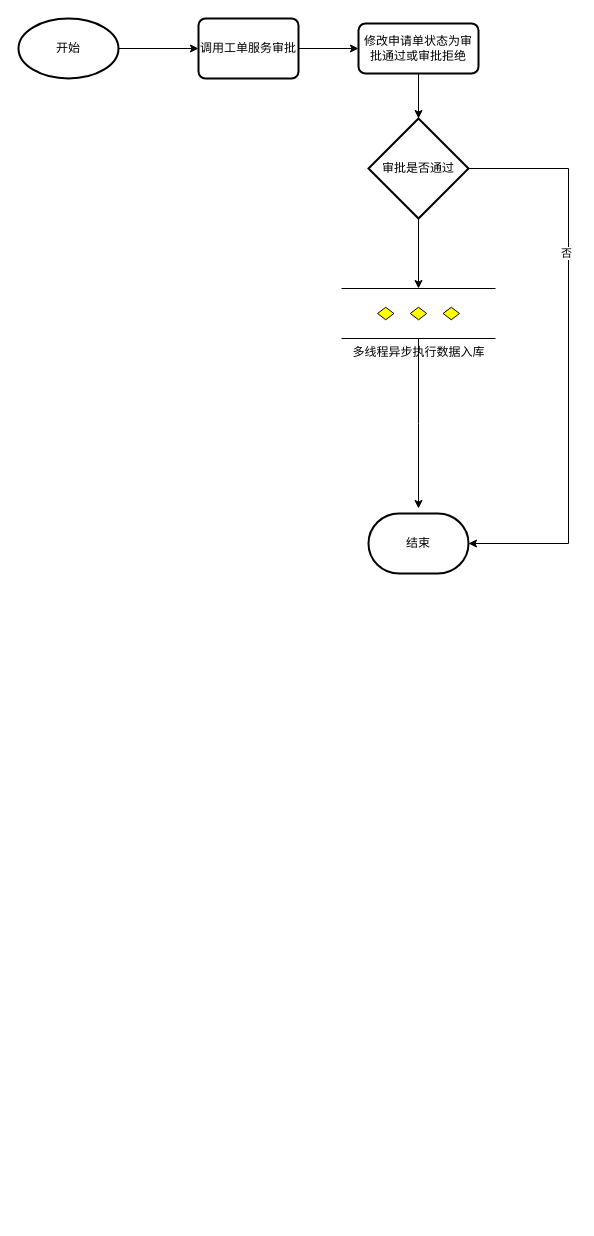
Above: 数据填报-填报审批.drawio in weiqingping/dw (draw.io), before the change. Source tidied: cells renumbered, new cells numbered last; positions are measured from the earlier drawing's top-left corner, leaving out a move shared by most shapes. Both pictures are drawn from the tidied source at 100%, with x=0, y=0 at pixel (18, 18).
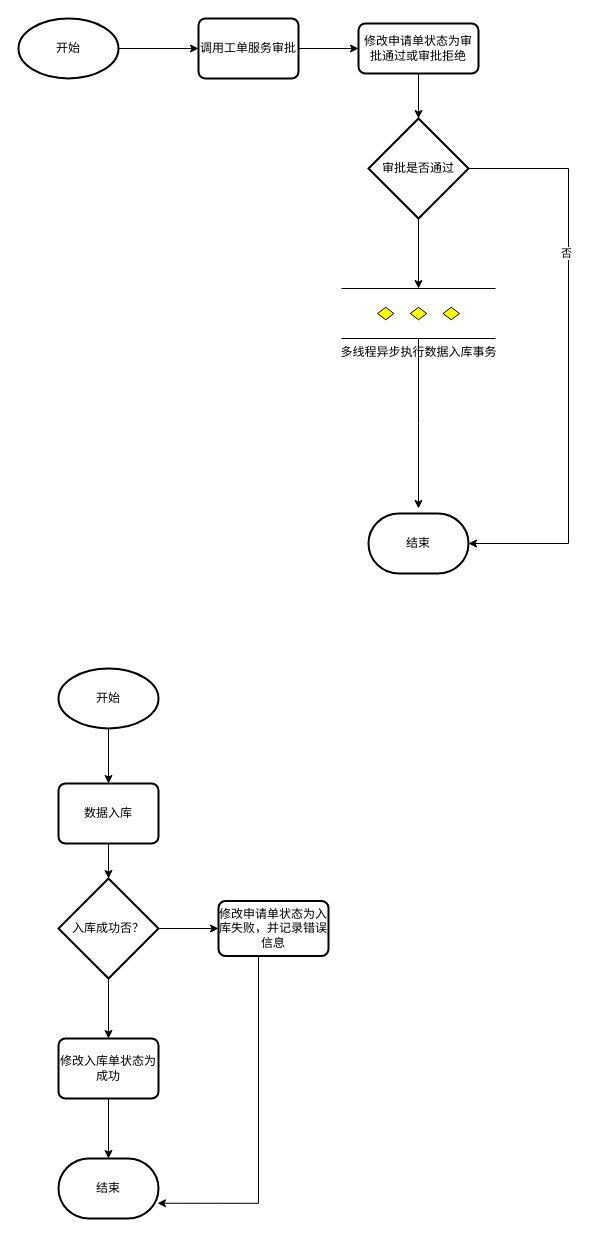
Above is the later version.

Commit message (it also covers changes not shown here):
更新数据填报-填报审批.drawio

What changed in the source:
```diff
@@
-    <mxCell id="14" value="多线程异步执行数据入库" style="verticalLabelPosition=bottom;verticalAlign=top;html=1;shape=mxgraph.flowchart.parallel_mode;" parent="1" vertex="1">
+    <mxCell id="14" value="多线程异步执行数据入库事务" style="verticalLabelPosition=bottom;verticalAlign=top;html=1;shape=mxgraph.flowchart.parallel_mode;" parent="1" vertex="1">
       <mxGeometry x="323" y="270" width="154" height="50" as="geometry" />
     </mxCell>
+    <mxCell id="15" style="edgeStyle=orthogonalEdgeStyle;rounded=0;jettySize=auto;html=1;" parent="1" edge="1" source="16" target="18">
+      <mxGeometry relative="1" as="geometry" />
+    </mxCell>
+    <mxCell id="16" value="开始" style="strokeWidth=2;html=1;shape=mxgraph.flowchart.start_1;whiteSpace=wrap;" parent="1" vertex="1">
+      <mxGeometry x="40" y="650" width="100" height="60" as="geometry" />
+    </mxCell>
+    <mxCell id="17" style="edgeStyle=orthogonalEdgeStyle;rounded=0;jettySize=auto;html=1;" parent="1" edge="1" source="18" target="21">
+      <mxGeometry relative="1" as="geometry" />
+    </mxCell>
+    <mxCell id="18" value="数据入库" style="rounded=1;whiteSpace=wrap;html=1;absoluteArcSize=1;arcSize=14;strokeWidth=2;" parent="1" vertex="1">
+      <mxGeometry x="40" y="765" width="100" height="60" as="geometry" />
+    </mxCell>
+    <mxCell id="19" style="edgeStyle=orthogonalEdgeStyle;rounded=0;jettySize=auto;html=1;" parent="1" edge="1" source="21" target="23">
+      <mxGeometry relative="1" as="geometry" />
+    </mxCell>
+    <mxCell id="20" style="edgeStyle=orthogonalEdgeStyle;rounded=0;jettySize=auto;html=1;" parent="1" edge="1" source="21" target="25">
+      <mxGeometry relative="1" as="geometry" />
+    </mxCell>
+    <mxCell id="21" value="入库成功否？" style="strokeWidth=2;html=1;shape=mxgraph.flowchart.decision;whiteSpace=wrap;" parent="1" vertex="1">
+      <mxGeometry x="40" y="860" width="100" height="100" as="geometry" />
+    </mxCell>
+    <mxCell id="22" style="edgeStyle=orthogonalEdgeStyle;rounded=0;jettySize=auto;html=1;" parent="1" edge="1" source="23" target="26">
+      <mxGeometry relative="1" as="geometry" />
+    </mxCell>
+    <mxCell id="23" value="修改入库单状态为成功" style="rounded=1;whiteSpace=wrap;html=1;absoluteArcSize=1;arcSize=14;strokeWidth=2;" parent="1" vertex="1">
+      <mxGeometry x="40" y="1020" width="100" height="60" as="geometry" />
+    </mxCell>
+    <mxCell id="24" style="edgeStyle=orthogonalEdgeStyle;rounded=0;jettySize=auto;html=1;entryX=0.99;entryY=0.746;entryDx=0;entryDy=0;entryPerimeter=0;" parent="1" edge="1" source="25" target="26">
+      <mxGeometry relative="1" as="geometry">
+        <Array as="points">
+          <mxPoint x="240" y="1185" />
+        </Array>
+      </mxGeometry>
+    </mxCell>
+    <mxCell id="25" value="修改申请单状态为入库失败，并记录错误信息" style="rounded=1;whiteSpace=wrap;html=1;absoluteArcSize=1;arcSize=14;strokeWidth=2;" parent="1" vertex="1">
+      <mxGeometry x="200" y="882.5" width="110" height="55" as="geometry" />
+    </mxCell>
+    <mxCell id="26" value="结束" style="strokeWidth=2;html=1;shape=mxgraph.flowchart.terminator;whiteSpace=wrap;" parent="1" vertex="1">
+      <mxGeometry x="40" y="1140" width="100" height="60" as="geometry" />
+    </mxCell>
```
